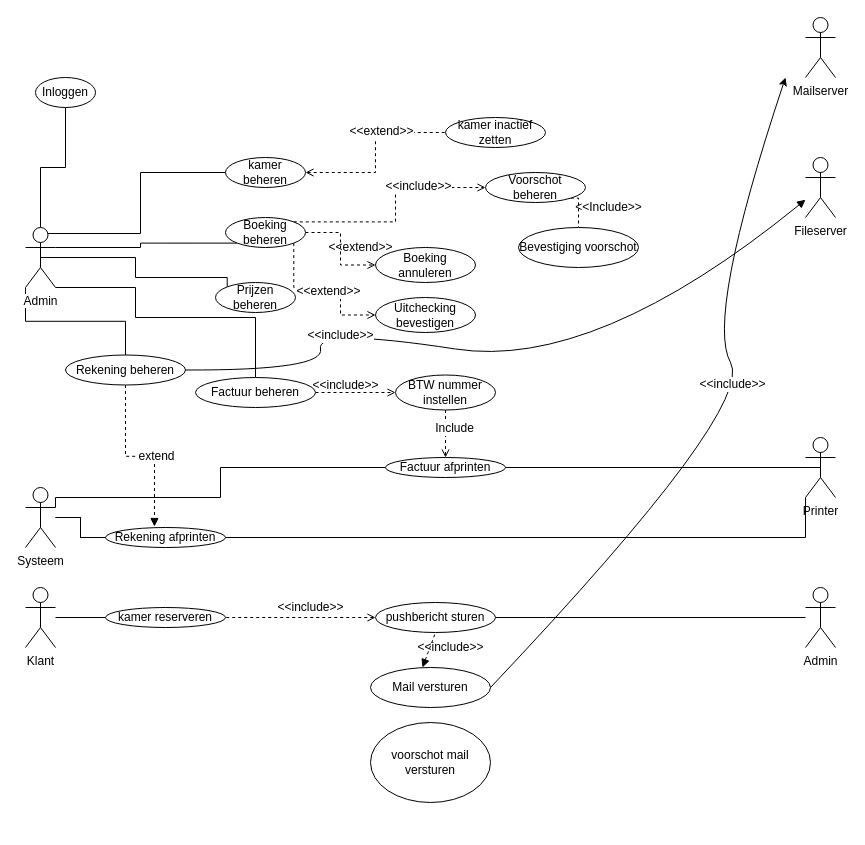
Earlier version of the draw.io diagram Untitled Diagram.drawio (donnie1998/thomasmore2019-2020). Source tidied: cells renumbered, new cells numbered last; positions are measured from the earlier drawing's top-left corner, leaving out a move shared by most shapes. Both pictures are drawn from the tidied source at 100%, with x=0, y=0 at pixel (25, 17).
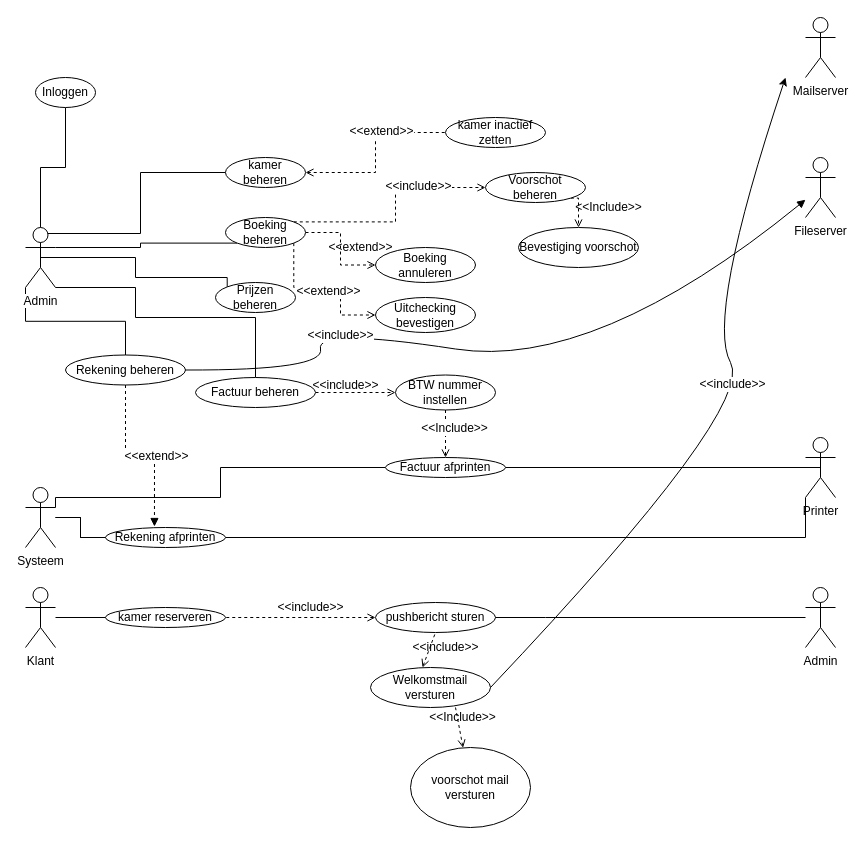
The same diagram, later.

Unchanged cells that the change refers to:
```xml
<mxCell id="17" value="pushbericht sturen" style="ellipse;whiteSpace=wrap;html=1;" parent="1" vertex="1">
  <mxGeometry x="350" y="585" width="120" height="30" as="geometry" />
</mxCell>
<mxCell id="35" value="Voorschot beheren" style="ellipse;whiteSpace=wrap;html=1;" parent="1" vertex="1">
  <mxGeometry x="460" y="155" width="100" height="30" as="geometry" />
</mxCell>
<mxCell id="43" style="edgeStyle=orthogonalEdgeStyle;rounded=0;jettySize=auto;html=1;entryX=0.5;entryY=0;entryDx=0;entryDy=0;endArrow=open;endFill=0;dashed=1;startArrow=none;startFill=0;" parent="1" edge="1" source="45" target="19">
  <mxGeometry relative="1" as="geometry" />
</mxCell>
<mxCell id="46" style="edgeStyle=orthogonalEdgeStyle;rounded=0;jettySize=auto;html=1;exitX=0.5;exitY=1;exitDx=0;exitDy=0;entryX=0.408;entryY=-0.05;entryDx=0;entryDy=0;entryPerimeter=0;endArrow=block;endFill=1;dashed=1;" parent="1" edge="1" source="48" target="50">
  <mxGeometry relative="1" as="geometry" />
</mxCell>
<mxCell id="52" value="Bevestiging voorschot" style="ellipse;whiteSpace=wrap;html=1;" parent="1" vertex="1">
  <mxGeometry x="493" y="210" width="120" height="40" as="geometry" />
</mxCell>
```

The edit, as a diff of the source:
```diff
@@
-    <mxCell id="34" style="edgeStyle=orthogonalEdgeStyle;rounded=0;jettySize=auto;html=1;exitX=1;exitY=1;exitDx=0;exitDy=0;entryX=0.5;entryY=0;entryDx=0;entryDy=0;endArrow=none;endFill=0;dashed=1;" parent="1" edge="1" source="35" target="52">
+    <mxCell id="34" style="edgeStyle=orthogonalEdgeStyle;rounded=0;jettySize=auto;html=1;exitX=1;exitY=1;exitDx=0;exitDy=0;entryX=0.5;entryY=0;entryDx=0;entryDy=0;endArrow=open;endFill=0;dashed=1;" parent="1" edge="1" source="35" target="52">
       <mxGeometry relative="1" as="geometry" />
     </mxCell>
@@
-    <mxCell id="44" value="Include" style="text;html=1;align=center;verticalAlign=middle;labelBackgroundColor=#ffffff;" parent="43" vertex="1">
+    <mxCell id="44" value="&amp;lt;&amp;lt;Include&amp;gt;&amp;gt;" style="text;html=1;align=center;verticalAlign=middle;labelBackgroundColor=#ffffff;" parent="43" vertex="1">
       <mxGeometry x="-0.24" y="4" relative="1" as="geometry">
         <mxPoint x="4" y="-0.2" as="offset" />
       </mxGeometry>
     </mxCell>
@@
-    <mxCell id="47" value="extend" style="text;html=1;align=center;verticalAlign=middle;labelBackgroundColor=#ffffff;" parent="46" vertex="1">
+    <mxCell id="47" value="&amp;lt;&amp;lt;extend&amp;gt;&amp;gt;" style="text;html=1;align=center;verticalAlign=middle;labelBackgroundColor=#ffffff;" parent="46" vertex="1">
       <mxGeometry x="0.17" y="1" relative="1" as="geometry" />
     </mxCell>
@@
-    <mxCell id="56" value="Mail versturen" style="ellipse;whiteSpace=wrap;html=1;" parent="1" vertex="1">
+    <mxCell id="56" value="Welkomstmail versturen" style="ellipse;whiteSpace=wrap;html=1;" parent="1" vertex="1">
       <mxGeometry x="345" y="650" width="120" height="40" as="geometry" />
     </mxCell>
-    <mxCell id="57" style="endArrow=none;dashed=1;html=1;entryX=0.5;entryY=1;entryDx=0;entryDy=0;endFill=0;startArrow=block;startFill=1;" parent="1" edge="1" target="17">
+    <mxCell id="57" style="endArrow=none;dashed=1;html=1;entryX=0.5;entryY=1;entryDx=0;entryDy=0;endFill=0;startArrow=open;startFill=0;" parent="1" edge="1" target="17">
       <mxGeometry relative="1" as="geometry">
         <mxPoint x="397" y="650" as="sourcePoint" />
       </mxGeometry>
     </mxCell>
@@
     <mxCell id="62" value="&amp;lt;&amp;lt;include&amp;gt;&amp;gt;" style="text;html=1;align=center;verticalAlign=middle;" parent="1" vertex="1">
-      <mxGeometry x="385" y="620" width="80" height="20" as="geometry" />
+      <mxGeometry x="380" y="620" width="80" height="20" as="geometry" />
     </mxCell>
     <mxCell id="63" value="voorschot mail versturen" style="ellipse;whiteSpace=wrap;html=1;" parent="1" vertex="1">
-      <mxGeometry x="345" y="705" width="120" height="80" as="geometry" />
+      <mxGeometry x="385" y="730" width="120" height="80" as="geometry" />
     </mxCell>
@@
+    <mxCell id="65" style="endArrow=none;dashed=1;html=1;endFill=0;startArrow=open;startFill=0;" parent="1" edge="1" source="63">
+      <mxGeometry relative="1" as="geometry">
+        <mxPoint x="430" y="690" as="targetPoint" />
+      </mxGeometry>
+    </mxCell>
+    <mxCell id="66" value="&amp;lt;&amp;lt;Include&amp;gt;&amp;gt;" style="text;html=1;align=center;verticalAlign=middle;" parent="1" vertex="1">
+      <mxGeometry x="397" y="690" width="80" height="20" as="geometry" />
+    </mxCell>
```
